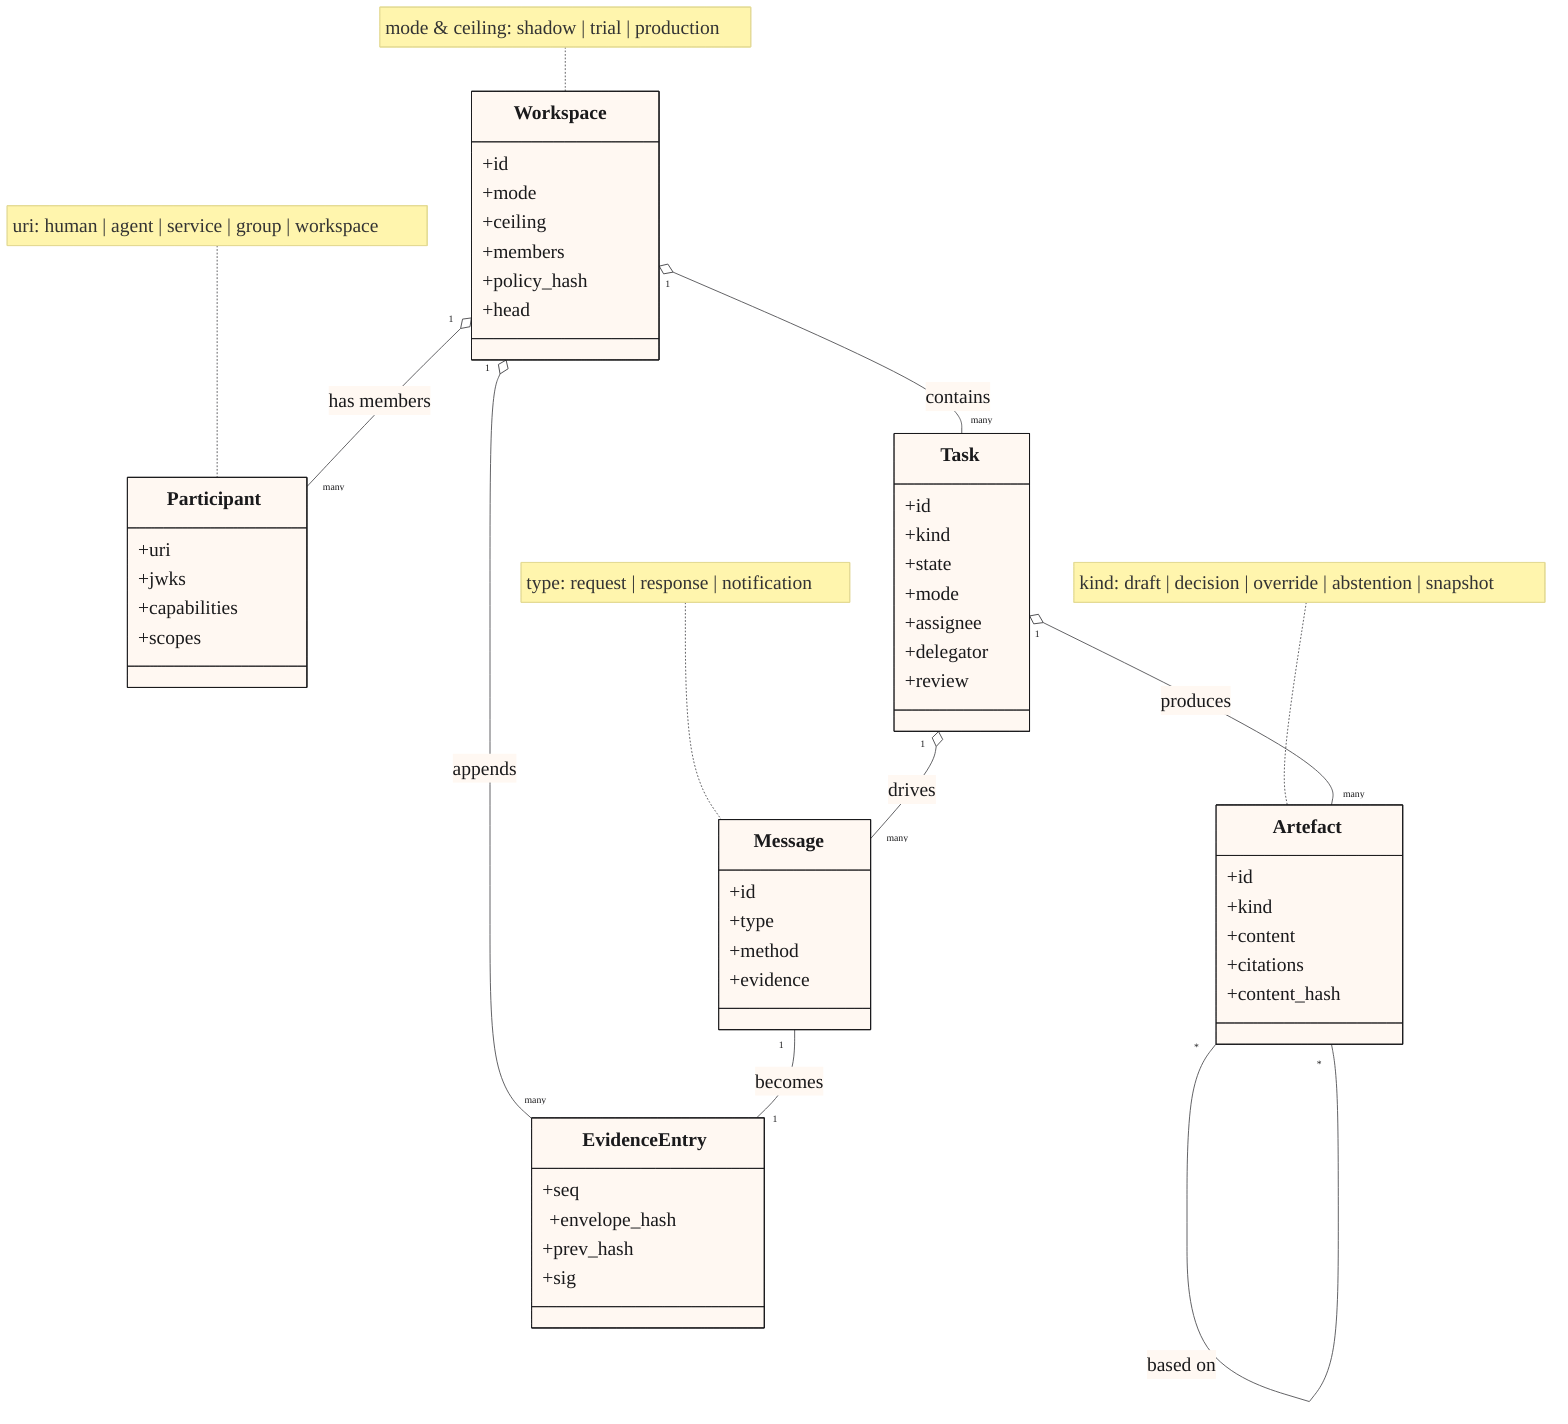
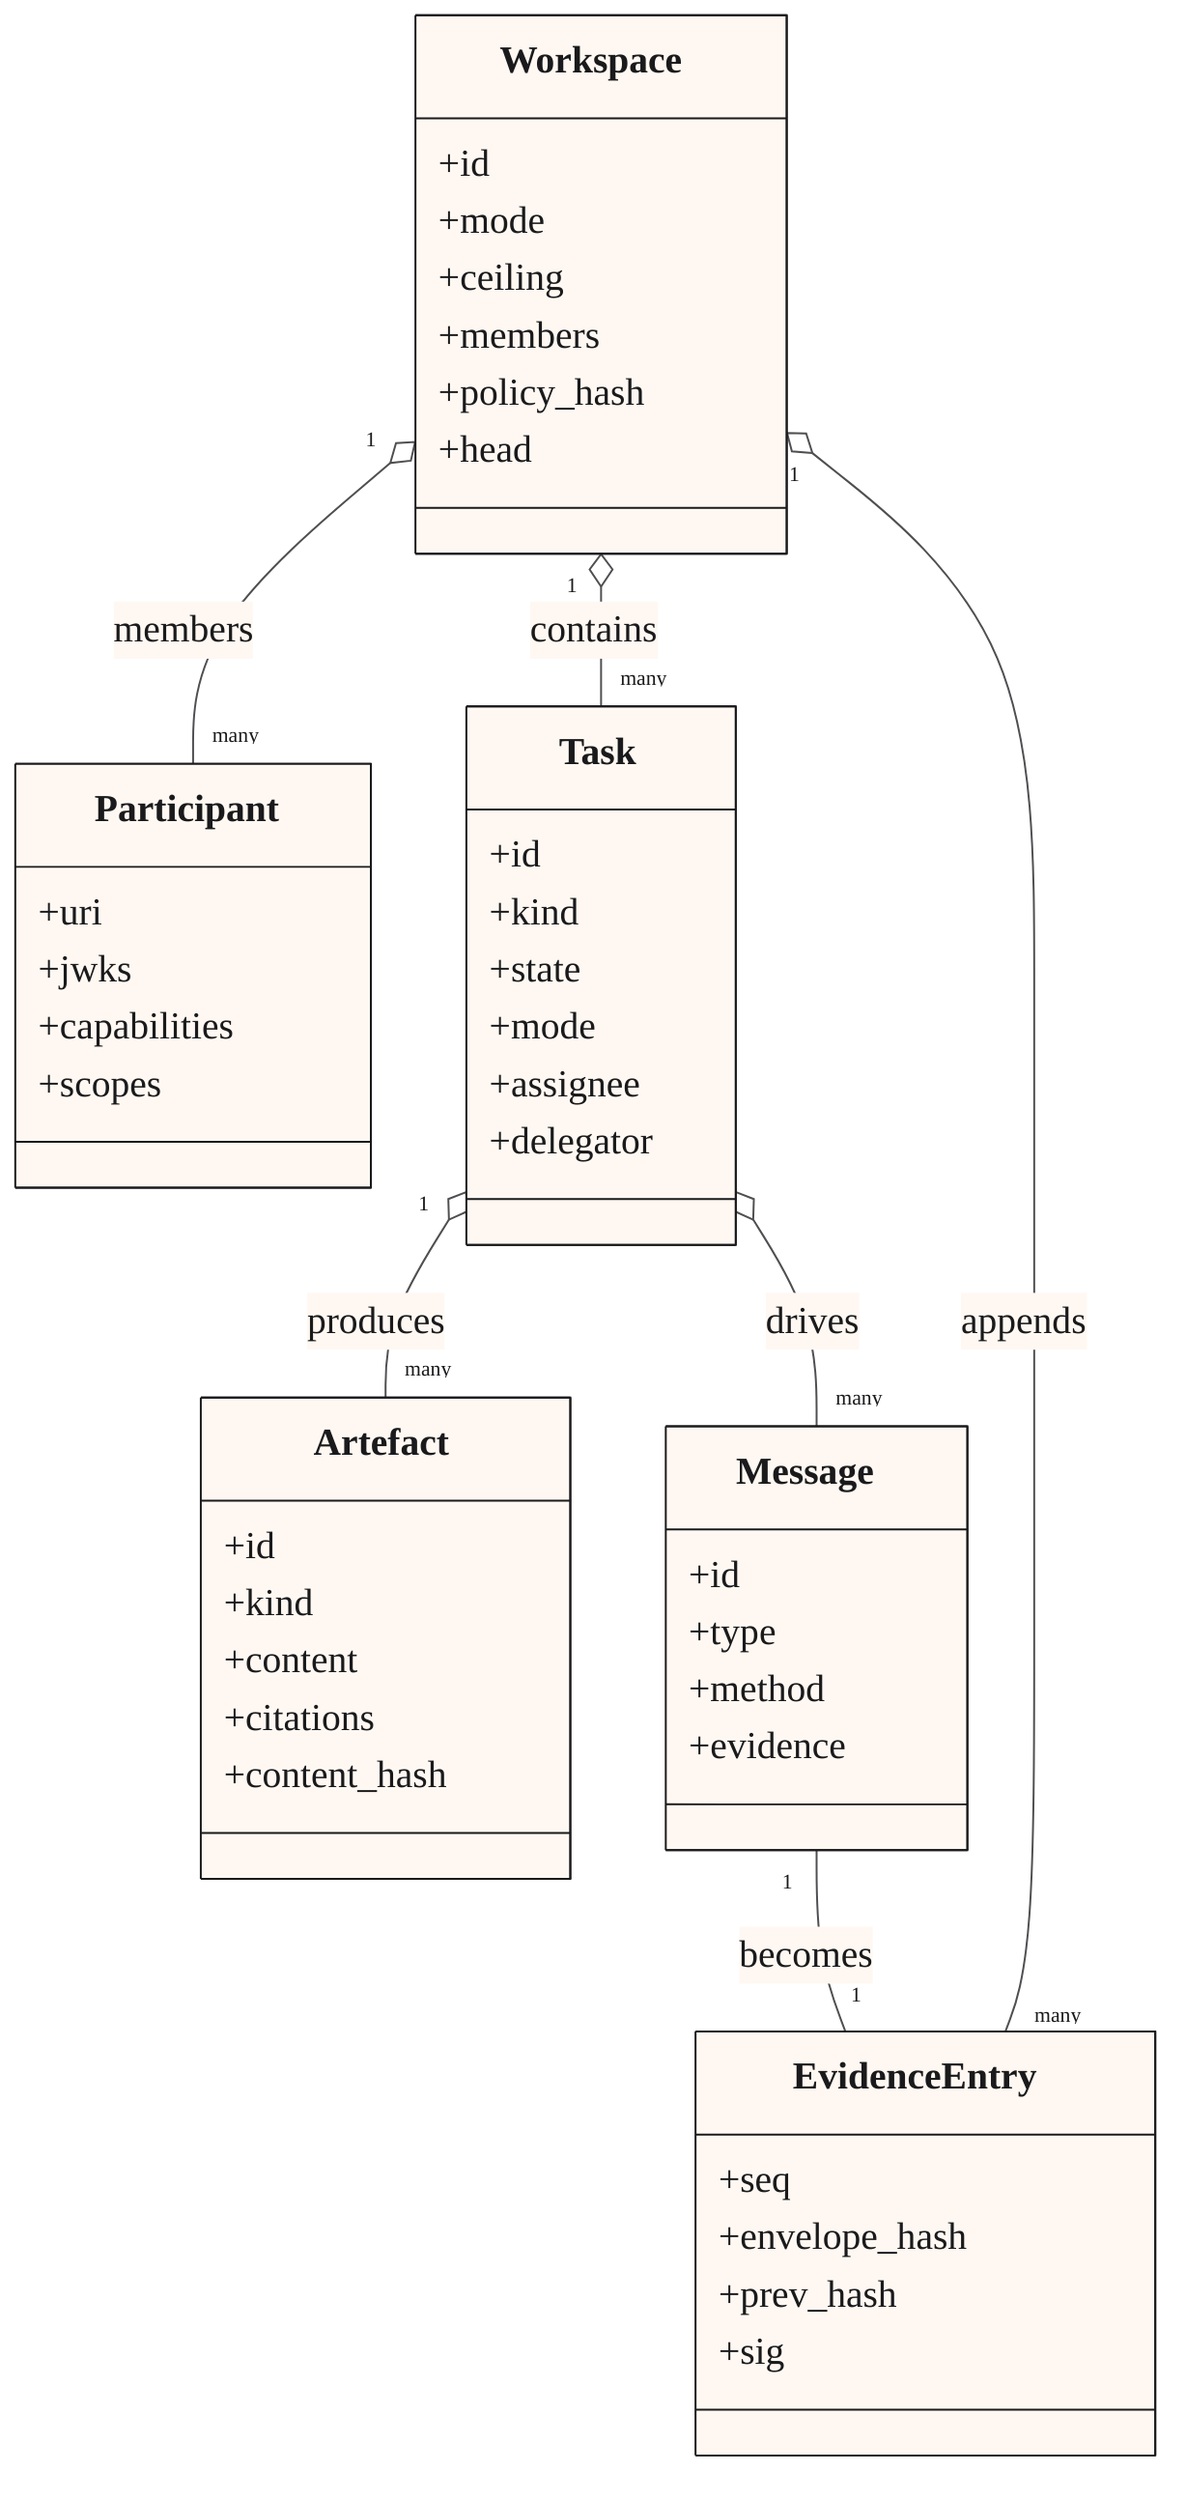
%%{init: {
  "theme": "base",
  "themeVariables": {
-     "fontSize": "22px",
+     "fontSize": "20px",
    "fontFamily": "Arial, Helvetica, sans-serif",
    "primaryColor": "#FFF8F2",
    "primaryTextColor": "#1a1a1c",
    "primaryBorderColor": "#1a1a1c",
    "lineColor": "#4f4f52",
    "classText": "#1a1a1c"
  }
}}%%
classDiagram
    direction TB

    class Workspace {
      +id
      +mode
      +ceiling
      +members
      +policy_hash
      +head
    }
    class Participant {
      +uri
      +jwks
      +capabilities
      +scopes
    }
    class Task {
      +id
      +kind
      +state
      +mode
      +assignee
      +delegator
-       +review
    }
    class Artefact {
      +id
      +kind
      +content
      +citations
      +content_hash
    }
    class Message {
      +id
      +type
      +method
      +evidence
    }
    class EvidenceEntry {
      +seq
      +envelope_hash
      +prev_hash
      +sig
    }

-     Workspace "1" o-- "many" Participant : has members
+     Workspace "1" o-- "many" Participant : members
    Workspace "1" o-- "many" Task : contains
    Workspace "1" o-- "many" EvidenceEntry : appends
    Task "1" o-- "many" Artefact : produces
    Task "1" o-- "many" Message : drives
    Message "1" -- "1" EvidenceEntry : becomes
-     Artefact "*" -- "*" Artefact : based on
- 
-     note for Workspace "mode &amp; ceiling: shadow | trial | production"
-     note for Participant "uri: human | agent | service | group | workspace"
-     note for Artefact "kind: draft | decision | override | abstention | snapshot"
-     note for Message "type: request | response | notification"
